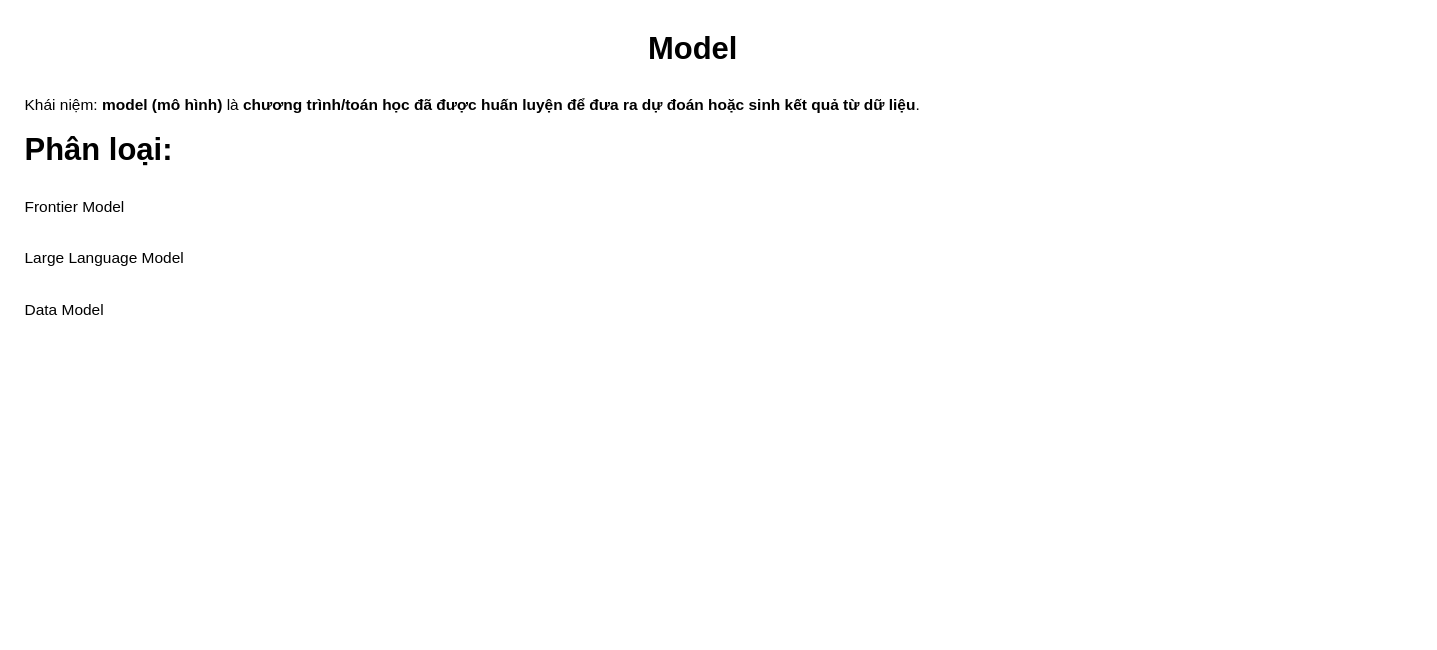
The draw.io diagram page "Models" (4 of 6) of ai_backend_engineering.drawio in newbie220792/genai-rag-llm, before the edit. Source tidied: cells renumbered, new cells numbered last; positions are measured from the earlier drawing's top-left corner, leaving out a move shared by most shapes. Both pictures are drawn from the tidied source at 129%, with x=0, y=0 at pixel (22, 22).
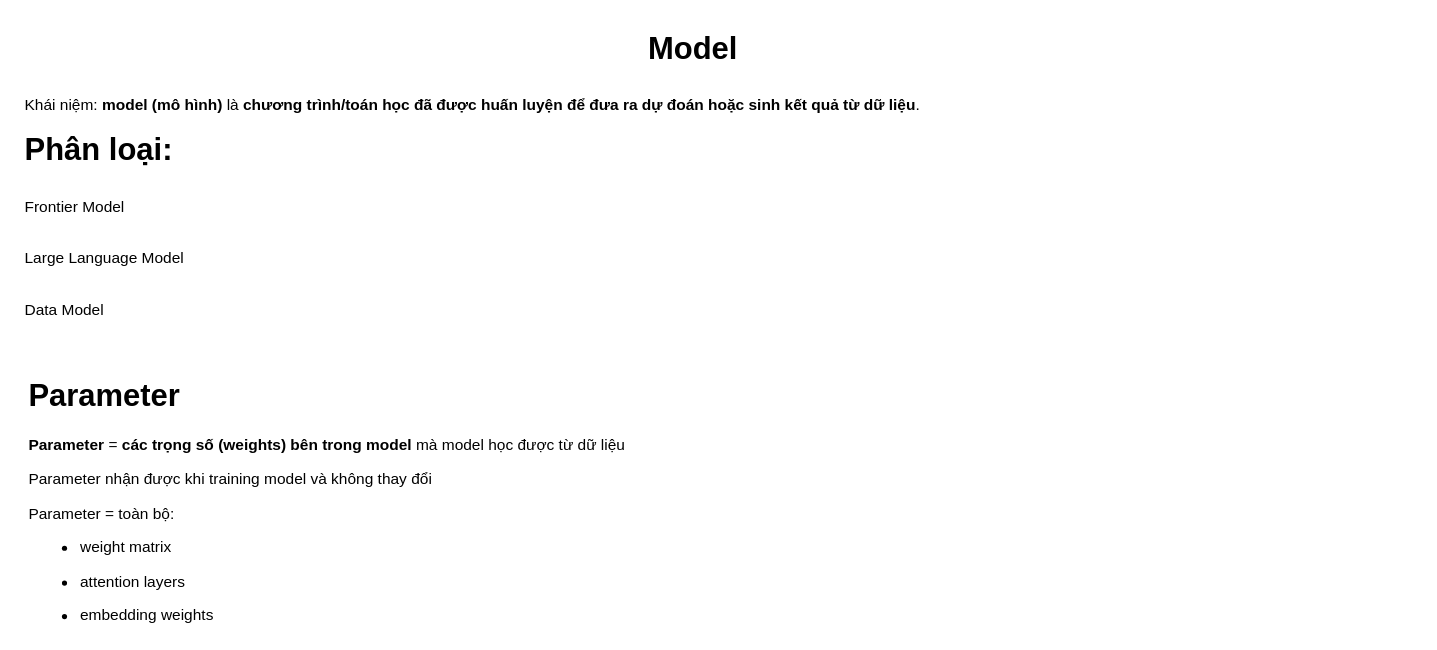
The same diagram, later.

What changed in the source:
```diff
@@
 <mxGraphModel>
   <root>
     <mxCell id="0" />
     <mxCell id="1" parent="0" />
     <mxCell id="2" value="&lt;h1 style=&quot;margin-top: 0px;&quot;&gt;Model&lt;/h1&gt;" style="text;html=1;whiteSpace=wrap;overflow=hidden;rounded=0;align=center;" parent="1" vertex="1">
       <mxGeometry x="430" width="180" height="50" as="geometry" />
     </mxCell>
     <mxCell id="3" value="Khái niệm:&amp;nbsp;&lt;strong&gt;model (mô hình)&lt;/strong&gt; là &lt;strong&gt;chương trình/toán học đã được huấn luyện để đưa ra dự đoán hoặc sinh kết quả từ dữ liệu&lt;/strong&gt;." style="text;html=1;whiteSpace=wrap;overflow=hidden;rounded=0;" parent="1" vertex="1">
       <mxGeometry y="50" width="940" height="30" as="geometry" />
     </mxCell>
     <mxCell id="4" value="&lt;div style=&quot;line-height: 100%;&quot;&gt;&lt;h1 style=&quot;margin-top: 0px; line-height: 100%;&quot;&gt;Phân loại:&lt;/h1&gt;&lt;h1 style=&quot;margin-top: 0px; line-height: 100%;&quot;&gt;&lt;span style=&quot;font-weight: normal;&quot;&gt;&lt;font style=&quot;font-size: 12px; line-height: 100%;&quot;&gt;Frontier Model&lt;/font&gt;&lt;/span&gt;&lt;/h1&gt;&lt;h1 style=&quot;margin-top: 0px; line-height: 100%;&quot;&gt;&lt;span style=&quot;font-weight: normal;&quot;&gt;&lt;font style=&quot;font-size: 12px; line-height: 100%;&quot;&gt;Large Language Model&lt;/font&gt;&lt;/span&gt;&lt;/h1&gt;&lt;h1 style=&quot;margin-top: 0px; line-height: 100%;&quot;&gt;&lt;span style=&quot;font-weight: normal;&quot;&gt;&lt;font style=&quot;font-size: 12px; line-height: 100%;&quot;&gt;Data Model&lt;/font&gt;&lt;/span&gt;&amp;nbsp;&lt;/h1&gt;&lt;/div&gt;" style="text;html=1;whiteSpace=wrap;overflow=hidden;rounded=0;" parent="1" vertex="1">
       <mxGeometry y="80" width="1080" height="150" as="geometry" />
     </mxCell>
+    <mxCell id="5" value="&lt;h1&gt;Parameter&lt;/h1&gt;&lt;div&gt;&lt;strong&gt;Parameter&lt;/strong&gt; = &lt;strong&gt;các trọng số (weights) bên trong model&lt;/strong&gt; mà model học được từ dữ liệu&lt;/div&gt;&lt;p&gt;Parameter nhận được khi training model và không thay đổi&amp;nbsp;&lt;/p&gt;&lt;p&gt;Parameter = toàn bộ:&lt;/p&gt;&lt;ul&gt;&lt;li&gt;&lt;p&gt;weight matrix&lt;/p&gt;&lt;/li&gt;&lt;li&gt;&lt;p&gt;attention layers&lt;/p&gt;&lt;/li&gt;&lt;li&gt;&lt;p&gt;embedding weights&lt;/p&gt;&lt;/li&gt;&lt;/ul&gt;" style="text;html=1;strokeColor=none;fillColor=none;spacing=5;spacingTop=-20;whiteSpace=wrap;overflow=hidden;rounded=0;" parent="1" vertex="1">
+      <mxGeometry y="270" width="710" height="200" as="geometry" />
+    </mxCell>
   </root>
 </mxGraphModel>
```
